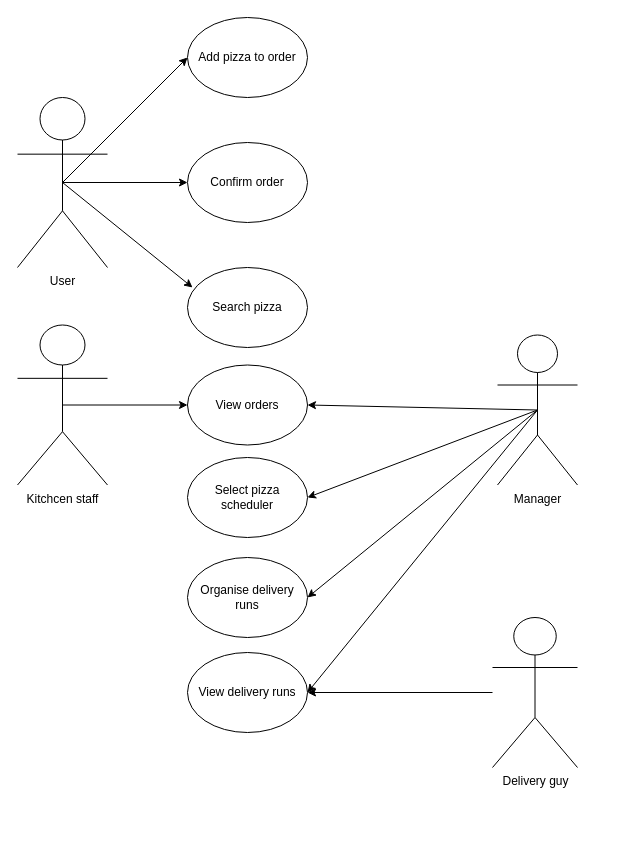
The draw.io diagram Documents/usercase.drawio in kotn3l/OnlinePizzeria_Labor2, before the edit. Source tidied: cells renumbered, new cells numbered last; positions are measured from the earlier drawing's top-left corner, leaving out a move shared by most shapes. Both pictures are drawn from the tidied source at 100%, with x=0, y=0 at pixel (17, 17).
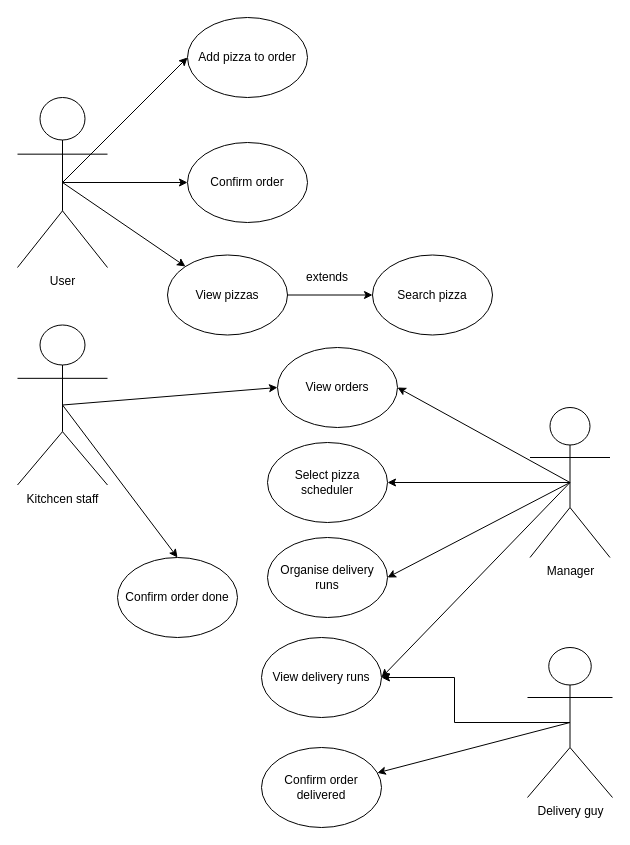
The same diagram, later.

Commit message (it also covers changes not shown here):
docs: updating the user case diagram

The change refers to these unchanged cells:
```xml
<mxCell id="3" value="&lt;div&gt;User&lt;/div&gt;&lt;div&gt;&lt;br&gt;&lt;/div&gt;" style="shape=umlActor;verticalLabelPosition=bottom;labelBackgroundColor=#ffffff;verticalAlign=top;html=1;outlineConnect=0;" parent="1" vertex="1">
  <mxGeometry y="80" width="90" height="170" as="geometry" />
</mxCell>
<mxCell id="7" value="&lt;div&gt;Kitchcen staff&lt;/div&gt;" style="shape=umlActor;verticalLabelPosition=bottom;labelBackgroundColor=#ffffff;verticalAlign=top;html=1;outlineConnect=0;" parent="1" vertex="1">
  <mxGeometry y="307.5" width="90" height="160" as="geometry" />
</mxCell>
```

Diff of the diagram source:
```diff
@@
     <mxCell id="5" value="Search pizza" style="ellipse;whiteSpace=wrap;html=1;" parent="1" vertex="1">
-      <mxGeometry x="170" y="250" width="120" height="80" as="geometry" />
+      <mxGeometry x="355" y="237.5" width="120" height="80" as="geometry" />
     </mxCell>
-    <mxCell id="6" style="endArrow=classic;html=1;exitX=0.5;exitY=0.5;exitDx=0;exitDy=0;exitPerimeter=0;entryX=0.042;entryY=0.25;entryDx=0;entryDy=0;entryPerimeter=0;" parent="1" edge="1" source="3" target="5">
+    <mxCell id="6" style="endArrow=classic;html=1;exitX=0.5;exitY=0.5;exitDx=0;exitDy=0;exitPerimeter=0;" parent="1" edge="1" source="3" target="22">
       <mxGeometry relative="1" as="geometry" />
     </mxCell>
@@
     <mxCell id="9" value="View orders" style="ellipse;whiteSpace=wrap;html=1;" parent="1" vertex="1">
-      <mxGeometry x="170" y="347.5" width="120" height="80" as="geometry" />
+      <mxGeometry x="260" y="330" width="120" height="80" as="geometry" />
     </mxCell>
     <mxCell id="10" value="Manager" style="shape=umlActor;verticalLabelPosition=bottom;labelBackgroundColor=#ffffff;verticalAlign=top;html=1;outlineConnect=0;" parent="1" vertex="1">
-      <mxGeometry x="480" y="317.5" width="80" height="150" as="geometry" />
+      <mxGeometry x="512.5" y="390" width="80" height="150" as="geometry" />
     </mxCell>
     <mxCell id="11" value="Select pizza &lt;br&gt;&lt;div&gt;scheduler&lt;/div&gt;" style="ellipse;whiteSpace=wrap;html=1;" parent="1" vertex="1">
-      <mxGeometry x="170" y="440" width="120" height="80" as="geometry" />
+      <mxGeometry x="250" y="425" width="120" height="80" as="geometry" />
     </mxCell>
-    <mxCell id="12" style="edgeStyle=orthogonalEdgeStyle;rounded=0;jettySize=auto;html=1;entryX=1;entryY=0.5;entryDx=0;entryDy=0;" parent="1" edge="1" source="13" target="14">
+    <mxCell id="12" style="edgeStyle=orthogonalEdgeStyle;rounded=0;jettySize=auto;html=1;entryX=1;entryY=0.5;entryDx=0;entryDy=0;exitX=0.5;exitY=0.5;exitDx=0;exitDy=0;exitPerimeter=0;" parent="1" edge="1" source="13" target="14">
       <mxGeometry relative="1" as="geometry" />
     </mxCell>
     <mxCell id="13" value="&lt;div&gt;Delivery guy&lt;/div&gt;" style="shape=umlActor;verticalLabelPosition=bottom;labelBackgroundColor=#ffffff;verticalAlign=top;html=1;outlineConnect=0;" parent="1" vertex="1">
-      <mxGeometry x="475" y="600" width="85" height="150" as="geometry" />
+      <mxGeometry x="510" y="630" width="85" height="150" as="geometry" />
     </mxCell>
     <mxCell id="14" value="View delivery runs" style="ellipse;whiteSpace=wrap;html=1;" parent="1" vertex="1">
-      <mxGeometry x="170" y="635" width="120" height="80" as="geometry" />
+      <mxGeometry x="244" y="620" width="120" height="80" as="geometry" />
     </mxCell>
@@
     <mxCell id="17" value="Organise delivery runs " style="ellipse;whiteSpace=wrap;html=1;" parent="1" vertex="1">
-      <mxGeometry x="170" y="540" width="120" height="80" as="geometry" />
+      <mxGeometry x="250" y="520" width="120" height="80" as="geometry" />
     </mxCell>
@@
+    <mxCell id="22" value="View pizzas" style="ellipse;whiteSpace=wrap;html=1;" parent="1" vertex="1">
+      <mxGeometry x="150" y="237.5" width="120" height="80" as="geometry" />
+    </mxCell>
+    <mxCell id="23" style="endArrow=classic;html=1;exitX=1;exitY=0.5;exitDx=0;exitDy=0;entryX=0;entryY=0.5;entryDx=0;entryDy=0;" parent="1" edge="1" source="22" target="5">
+      <mxGeometry relative="1" as="geometry" />
+    </mxCell>
+    <mxCell id="24" value="extends" style="text;html=1;strokeColor=none;fillColor=none;align=center;verticalAlign=middle;whiteSpace=wrap;rounded=0;" parent="1" vertex="1">
+      <mxGeometry x="290" y="250" width="40" height="20" as="geometry" />
+    </mxCell>
+    <mxCell id="25" value="Confirm order done" style="ellipse;whiteSpace=wrap;html=1;" parent="1" vertex="1">
+      <mxGeometry x="100" y="540" width="120" height="80" as="geometry" />
+    </mxCell>
+    <mxCell id="26" style="endArrow=classic;html=1;exitX=0.5;exitY=0.5;exitDx=0;exitDy=0;exitPerimeter=0;entryX=0.5;entryY=0;entryDx=0;entryDy=0;" parent="1" edge="1" source="7" target="25">
+      <mxGeometry relative="1" as="geometry" />
+    </mxCell>
+    <mxCell id="27" value="Confirm order delivered" style="ellipse;whiteSpace=wrap;html=1;" parent="1" vertex="1">
+      <mxGeometry x="244" y="730" width="120" height="80" as="geometry" />
+    </mxCell>
+    <mxCell id="28" style="endArrow=classic;html=1;exitX=0.5;exitY=0.5;exitDx=0;exitDy=0;exitPerimeter=0;" parent="1" edge="1" source="13" target="27">
+      <mxGeometry relative="1" as="geometry" />
+    </mxCell>
```
